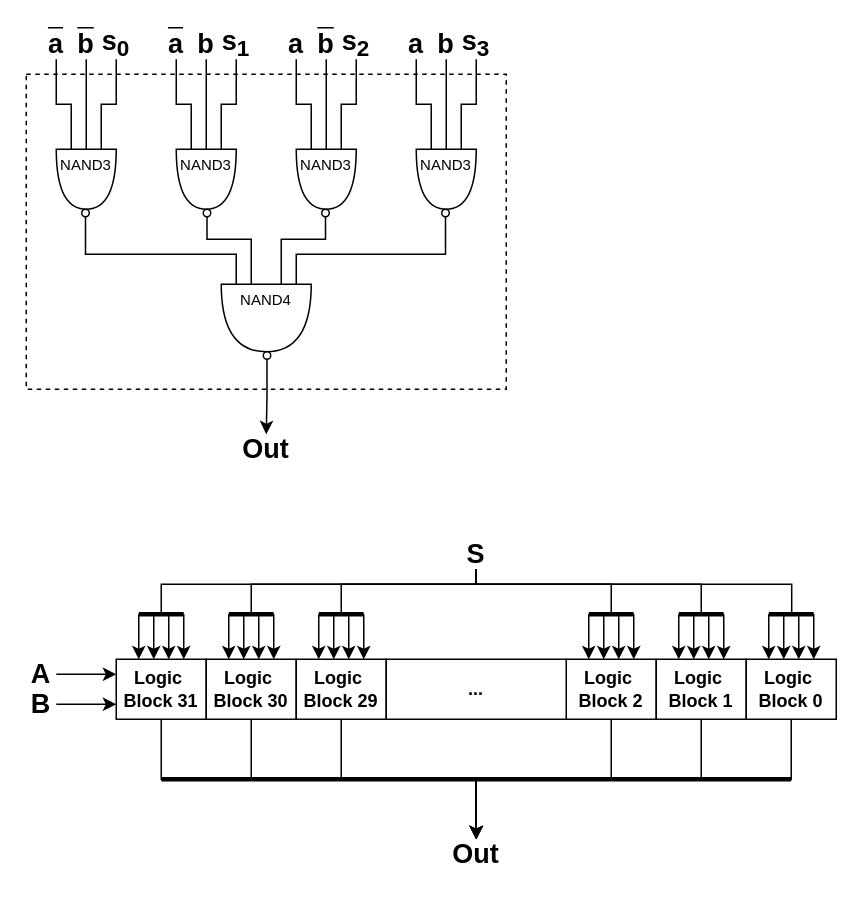
This is page "T2 Logic" (13 of 16) of docs/dlx_architecture.drawio from lorenzobadas/DLX, a draw.io file, before an edit. Source tidied: cells renumbered, new cells numbered last; positions are measured from the earlier drawing's top-left corner, leaving out a move shared by most shapes. Both pictures are drawn from the tidied source at 150%, with x=0, y=0 at pixel (26, 28).
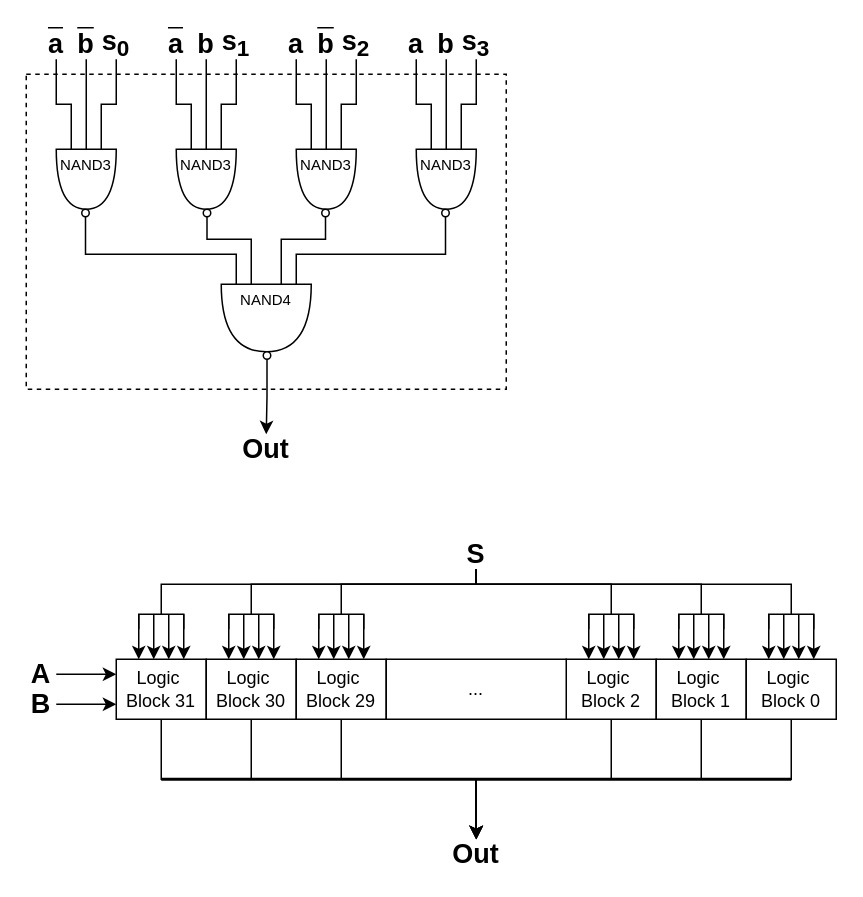
The same diagram, later.

Unchanged cells that the change refers to:
```xml
<mxCell id="103" value="&lt;span style=&quot;font-size: 18px;&quot;&gt;S&lt;/span&gt;" style="text;html=1;align=center;verticalAlign=middle;whiteSpace=wrap;rounded=0;strokeColor=none;fontStyle=1;" parent="1" vertex="1">
  <mxGeometry x="290" y="340" width="20" height="20" as="geometry" />
</mxCell>
```

Diff of the diagram source:
```diff
@@
-    <mxCell id="49" value="Logic&amp;nbsp;&lt;div&gt;&lt;span style=&quot;background-color: transparent; color: light-dark(rgb(0, 0, 0), rgb(255, 255, 255));&quot;&gt;Block 31&lt;/span&gt;&lt;/div&gt;" style="rounded=0;whiteSpace=wrap;html=1;fontStyle=1;" parent="1" vertex="1">
+    <mxCell id="49" value="Logic&amp;nbsp;&lt;div&gt;&lt;span style=&quot;background-color: transparent; color: light-dark(rgb(0, 0, 0), rgb(255, 255, 255));&quot;&gt;Block 31&lt;/span&gt;&lt;/div&gt;" style="rounded=0;whiteSpace=wrap;html=1;fontStyle=0;" parent="1" vertex="1">
       <mxGeometry x="60" y="420" width="60" height="40" as="geometry" />
     </mxCell>
@@
-    <mxCell id="51" value="Logic&amp;nbsp;&lt;div&gt;&lt;span style=&quot;background-color: transparent; color: light-dark(rgb(0, 0, 0), rgb(255, 255, 255));&quot;&gt;Block 30&lt;/span&gt;&lt;/div&gt;" style="rounded=0;whiteSpace=wrap;html=1;fontStyle=1;" parent="1" vertex="1">
+    <mxCell id="51" value="Logic&amp;nbsp;&lt;div&gt;&lt;span style=&quot;background-color: transparent; color: light-dark(rgb(0, 0, 0), rgb(255, 255, 255));&quot;&gt;Block 30&lt;/span&gt;&lt;/div&gt;" style="rounded=0;whiteSpace=wrap;html=1;fontStyle=0;" parent="1" vertex="1">
       <mxGeometry x="120" y="420" width="60" height="40" as="geometry" />
     </mxCell>
@@
-    <mxCell id="53" value="Logic&amp;nbsp;&lt;div&gt;&lt;span style=&quot;background-color: transparent; color: light-dark(rgb(0, 0, 0), rgb(255, 255, 255));&quot;&gt;Block 29&lt;/span&gt;&lt;/div&gt;" style="rounded=0;whiteSpace=wrap;html=1;fontStyle=1;" parent="1" vertex="1">
+    <mxCell id="53" value="Logic&amp;nbsp;&lt;div&gt;&lt;span style=&quot;background-color: transparent; color: light-dark(rgb(0, 0, 0), rgb(255, 255, 255));&quot;&gt;Block 29&lt;/span&gt;&lt;/div&gt;" style="rounded=0;whiteSpace=wrap;html=1;fontStyle=0;" parent="1" vertex="1">
       <mxGeometry x="180" y="420" width="60" height="40" as="geometry" />
     </mxCell>
@@
-    <mxCell id="55" value="Logic&amp;nbsp;&lt;div&gt;&lt;span style=&quot;background-color: transparent; color: light-dark(rgb(0, 0, 0), rgb(255, 255, 255));&quot;&gt;Block 2&lt;/span&gt;&lt;/div&gt;" style="rounded=0;whiteSpace=wrap;html=1;fontStyle=1;" parent="1" vertex="1">
+    <mxCell id="55" value="Logic&amp;nbsp;&lt;div&gt;&lt;span style=&quot;background-color: transparent; color: light-dark(rgb(0, 0, 0), rgb(255, 255, 255));&quot;&gt;Block 2&lt;/span&gt;&lt;/div&gt;" style="rounded=0;whiteSpace=wrap;html=1;fontStyle=0;" parent="1" vertex="1">
       <mxGeometry x="360" y="420" width="60" height="40" as="geometry" />
     </mxCell>
@@
-    <mxCell id="57" value="Logic&amp;nbsp;&lt;div&gt;&lt;span style=&quot;background-color: transparent; color: light-dark(rgb(0, 0, 0), rgb(255, 255, 255));&quot;&gt;Block 1&lt;/span&gt;&lt;/div&gt;" style="rounded=0;whiteSpace=wrap;html=1;fontStyle=1;" parent="1" vertex="1">
+    <mxCell id="57" value="Logic&amp;nbsp;&lt;div&gt;&lt;span style=&quot;background-color: transparent; color: light-dark(rgb(0, 0, 0), rgb(255, 255, 255));&quot;&gt;Block 1&lt;/span&gt;&lt;/div&gt;" style="rounded=0;whiteSpace=wrap;html=1;fontStyle=0;" parent="1" vertex="1">
       <mxGeometry x="420" y="420" width="60" height="40" as="geometry" />
     </mxCell>
@@
-    <mxCell id="59" value="Logic&amp;nbsp;&lt;div&gt;&lt;span style=&quot;background-color: transparent; color: light-dark(rgb(0, 0, 0), rgb(255, 255, 255));&quot;&gt;Block&amp;nbsp;&lt;/span&gt;&lt;span style=&quot;background-color: transparent; color: light-dark(rgb(0, 0, 0), rgb(255, 255, 255));&quot;&gt;0&lt;/span&gt;&lt;/div&gt;" style="rounded=0;whiteSpace=wrap;html=1;fontStyle=1;" parent="1" vertex="1">
+    <mxCell id="59" value="Logic&amp;nbsp;&lt;div&gt;&lt;span style=&quot;background-color: transparent; color: light-dark(rgb(0, 0, 0), rgb(255, 255, 255));&quot;&gt;Block&amp;nbsp;&lt;/span&gt;&lt;span style=&quot;background-color: transparent; color: light-dark(rgb(0, 0, 0), rgb(255, 255, 255));&quot;&gt;0&lt;/span&gt;&lt;/div&gt;" style="rounded=0;whiteSpace=wrap;html=1;fontStyle=0;" parent="1" vertex="1">
       <mxGeometry x="480" y="420" width="60" height="40" as="geometry" />
     </mxCell>
-    <mxCell id="60" value="..." style="rounded=0;whiteSpace=wrap;html=1;fontStyle=1;" parent="1" vertex="1">
+    <mxCell id="60" value="..." style="rounded=0;whiteSpace=wrap;html=1;fontStyle=0;" parent="1" vertex="1">
       <mxGeometry x="240" y="420" width="120" height="40" as="geometry" />
     </mxCell>
@@
-    <mxCell id="62" style="endArrow=none;html=1;rounded=0;strokeWidth=3;" parent="1" edge="1">
+    <mxCell id="62" style="endArrow=none;html=1;rounded=0;strokeWidth=2;" parent="1" edge="1">
       <mxGeometry relative="1" as="geometry">
         <mxPoint x="90" y="500" as="sourcePoint" />
         <mxPoint x="510" y="500" as="targetPoint" />
+        <Array as="points">
+          <mxPoint x="90" y="500" />
+          <mxPoint x="510" y="500" />
+        </Array>
       </mxGeometry>
     </mxCell>
@@
-    <mxCell id="91" style="endArrow=none;html=1;rounded=0;strokeWidth=3;" parent="1" edge="1">
-      <mxGeometry relative="1" as="geometry">
-        <mxPoint x="75" y="390" as="sourcePoint" />
-        <mxPoint x="105" y="390" as="targetPoint" />
-      </mxGeometry>
-    </mxCell>
-    <mxCell id="92" style="endArrow=none;html=1;rounded=0;strokeWidth=3;" parent="1" edge="1">
-      <mxGeometry relative="1" as="geometry">
-        <mxPoint x="135" y="390" as="sourcePoint" />
-        <mxPoint x="165" y="390" as="targetPoint" />
-      </mxGeometry>
-    </mxCell>
-    <mxCell id="93" style="endArrow=none;html=1;rounded=0;strokeWidth=3;" parent="1" edge="1">
-      <mxGeometry relative="1" as="geometry">
-        <mxPoint x="195" y="390" as="sourcePoint" />
-        <mxPoint x="225" y="390" as="targetPoint" />
-      </mxGeometry>
-    </mxCell>
-    <mxCell id="94" style="endArrow=none;html=1;rounded=0;strokeWidth=3;" parent="1" edge="1">
-      <mxGeometry relative="1" as="geometry">
-        <mxPoint x="375" y="390" as="sourcePoint" />
-        <mxPoint x="405" y="390" as="targetPoint" />
-      </mxGeometry>
-    </mxCell>
-    <mxCell id="95" style="endArrow=none;html=1;rounded=0;strokeWidth=3;" parent="1" edge="1">
-      <mxGeometry relative="1" as="geometry">
-        <mxPoint x="435" y="390" as="sourcePoint" />
-        <mxPoint x="465" y="390" as="targetPoint" />
-      </mxGeometry>
-    </mxCell>
-    <mxCell id="96" style="endArrow=none;html=1;rounded=0;strokeWidth=3;" parent="1" edge="1">
-      <mxGeometry relative="1" as="geometry">
-        <mxPoint x="495" y="390" as="sourcePoint" />
-        <mxPoint x="525" y="390" as="targetPoint" />
-      </mxGeometry>
-    </mxCell>
-    <mxCell id="97" style="edgeStyle=orthogonalEdgeStyle;rounded=0;jettySize=auto;html=1;exitX=0.5;exitY=1;exitDx=0;exitDy=0;endArrow=none;endFill=0;" parent="1" edge="1" source="103">
-      <mxGeometry relative="1" as="geometry">
-        <mxPoint x="90" y="390" as="targetPoint" />
-        <Array as="points">
-          <mxPoint x="90" y="370" />
-        </Array>
-      </mxGeometry>
-    </mxCell>
-    <mxCell id="98" style="edgeStyle=orthogonalEdgeStyle;rounded=0;jettySize=auto;html=1;exitX=0.5;exitY=1;exitDx=0;exitDy=0;endArrow=none;endFill=0;" parent="1" edge="1" source="103">
-      <mxGeometry relative="1" as="geometry">
-        <mxPoint x="150" y="390" as="targetPoint" />
-        <Array as="points">
-          <mxPoint x="150" y="370" />
-        </Array>
-      </mxGeometry>
-    </mxCell>
-    <mxCell id="99" style="edgeStyle=orthogonalEdgeStyle;rounded=0;jettySize=auto;html=1;exitX=0.5;exitY=1;exitDx=0;exitDy=0;endArrow=none;endFill=0;" parent="1" edge="1" source="103">
-      <mxGeometry relative="1" as="geometry">
-        <mxPoint x="210" y="390" as="targetPoint" />
-        <Array as="points">
-          <mxPoint x="210" y="370" />
-        </Array>
-      </mxGeometry>
-    </mxCell>
-    <mxCell id="100" style="edgeStyle=orthogonalEdgeStyle;rounded=0;jettySize=auto;html=1;exitX=0.5;exitY=1;exitDx=0;exitDy=0;endArrow=none;endFill=0;" parent="1" edge="1" source="103">
-      <mxGeometry relative="1" as="geometry">
-        <mxPoint x="390" y="390" as="targetPoint" />
-        <Array as="points">
-          <mxPoint x="390" y="370" />
-        </Array>
-      </mxGeometry>
-    </mxCell>
-    <mxCell id="101" style="edgeStyle=orthogonalEdgeStyle;rounded=0;jettySize=auto;html=1;exitX=0.5;exitY=1;exitDx=0;exitDy=0;endArrow=none;endFill=0;" parent="1" edge="1" source="103">
-      <mxGeometry relative="1" as="geometry">
-        <mxPoint x="450" y="390" as="targetPoint" />
-        <Array as="points">
-          <mxPoint x="450" y="370" />
-        </Array>
-      </mxGeometry>
-    </mxCell>
-    <mxCell id="102" style="edgeStyle=orthogonalEdgeStyle;rounded=0;jettySize=auto;html=1;exitX=0.5;exitY=1;exitDx=0;exitDy=0;endArrow=none;endFill=0;" parent="1" edge="1" source="103">
-      <mxGeometry relative="1" as="geometry">
-        <mxPoint x="510.3" y="390" as="targetPoint" />
-        <Array as="points">
-          <mxPoint x="510" y="370" />
-        </Array>
-      </mxGeometry>
-    </mxCell>
+    <mxCell id="104" style="edgeStyle=orthogonalEdgeStyle;rounded=0;jettySize=auto;html=1;exitX=0.5;exitY=1;exitDx=0;exitDy=0;endArrow=none;endFill=0;" parent="1" edge="1" source="103">
+      <mxGeometry relative="1" as="geometry">
+        <mxPoint x="90" y="390" as="targetPoint" />
+        <Array as="points">
+          <mxPoint x="300" y="370" />
+          <mxPoint x="90" y="370" />
+        </Array>
+      </mxGeometry>
+    </mxCell>
+    <mxCell id="105" style="edgeStyle=orthogonalEdgeStyle;rounded=0;jettySize=auto;html=1;exitX=0.5;exitY=1;exitDx=0;exitDy=0;endArrow=none;endFill=0;" parent="1" edge="1" source="103">
+      <mxGeometry relative="1" as="geometry">
+        <mxPoint x="150" y="390" as="targetPoint" />
+        <Array as="points">
+          <mxPoint x="300" y="370" />
+          <mxPoint x="150" y="370" />
+        </Array>
+      </mxGeometry>
+    </mxCell>
+    <mxCell id="106" style="edgeStyle=orthogonalEdgeStyle;rounded=0;jettySize=auto;html=1;exitX=0.5;exitY=1;exitDx=0;exitDy=0;endArrow=none;endFill=0;" parent="1" edge="1" source="103">
+      <mxGeometry relative="1" as="geometry">
+        <mxPoint x="210" y="390" as="targetPoint" />
+        <Array as="points">
+          <mxPoint x="300" y="370" />
+          <mxPoint x="210" y="370" />
+        </Array>
+      </mxGeometry>
+    </mxCell>
+    <mxCell id="107" style="edgeStyle=orthogonalEdgeStyle;rounded=0;jettySize=auto;html=1;exitX=0.5;exitY=1;exitDx=0;exitDy=0;endArrow=none;endFill=0;" parent="1" edge="1" source="103">
+      <mxGeometry relative="1" as="geometry">
+        <mxPoint x="390" y="390" as="targetPoint" />
+        <Array as="points">
+          <mxPoint x="300" y="370" />
+          <mxPoint x="390" y="370" />
+        </Array>
+      </mxGeometry>
+    </mxCell>
+    <mxCell id="108" style="edgeStyle=orthogonalEdgeStyle;rounded=0;jettySize=auto;html=1;exitX=0.5;exitY=1;exitDx=0;exitDy=0;endArrow=none;endFill=0;" parent="1" edge="1" source="103">
+      <mxGeometry relative="1" as="geometry">
+        <mxPoint x="450" y="390" as="targetPoint" />
+        <Array as="points">
+          <mxPoint x="300" y="370" />
+          <mxPoint x="450" y="370" />
+        </Array>
+      </mxGeometry>
+    </mxCell>
+    <mxCell id="109" style="edgeStyle=orthogonalEdgeStyle;rounded=0;jettySize=auto;html=1;exitX=0.5;exitY=1;exitDx=0;exitDy=0;endArrow=none;endFill=0;" parent="1" edge="1" source="103">
+      <mxGeometry relative="1" as="geometry">
+        <mxPoint x="510" y="390" as="targetPoint" />
+        <Array as="points">
+          <mxPoint x="300" y="370" />
+          <mxPoint x="510" y="370" />
+        </Array>
+      </mxGeometry>
+    </mxCell>
@@
+    <mxCell id="110" style="endArrow=none;html=1;rounded=0;" parent="1" edge="1">
+      <mxGeometry relative="1" as="geometry">
+        <mxPoint x="75" y="400" as="sourcePoint" />
+        <mxPoint x="105" y="400" as="targetPoint" />
+        <Array as="points">
+          <mxPoint x="75" y="390" />
+          <mxPoint x="105" y="390" />
+        </Array>
+      </mxGeometry>
+    </mxCell>
+    <mxCell id="111" style="endArrow=none;html=1;rounded=0;" parent="1" edge="1">
+      <mxGeometry relative="1" as="geometry">
+        <mxPoint x="135" y="400" as="sourcePoint" />
+        <mxPoint x="165" y="400" as="targetPoint" />
+        <Array as="points">
+          <mxPoint x="135" y="390" />
+          <mxPoint x="165" y="390" />
+        </Array>
+      </mxGeometry>
+    </mxCell>
+    <mxCell id="112" style="endArrow=none;html=1;rounded=0;" parent="1" edge="1">
+      <mxGeometry relative="1" as="geometry">
+        <mxPoint x="195" y="400" as="sourcePoint" />
+        <mxPoint x="225" y="400" as="targetPoint" />
+        <Array as="points">
+          <mxPoint x="195" y="390" />
+          <mxPoint x="225" y="390" />
+        </Array>
+      </mxGeometry>
+    </mxCell>
+    <mxCell id="113" style="endArrow=none;html=1;rounded=0;" parent="1" edge="1">
+      <mxGeometry relative="1" as="geometry">
+        <mxPoint x="375" y="400" as="sourcePoint" />
+        <mxPoint x="405" y="400" as="targetPoint" />
+        <Array as="points">
+          <mxPoint x="375" y="390" />
+          <mxPoint x="405" y="390" />
+        </Array>
+      </mxGeometry>
+    </mxCell>
+    <mxCell id="114" style="endArrow=none;html=1;rounded=0;" parent="1" edge="1">
+      <mxGeometry relative="1" as="geometry">
+        <mxPoint x="435" y="400" as="sourcePoint" />
+        <mxPoint x="465" y="400" as="targetPoint" />
+        <Array as="points">
+          <mxPoint x="435" y="390" />
+          <mxPoint x="465" y="390" />
+        </Array>
+      </mxGeometry>
+    </mxCell>
+    <mxCell id="115" style="endArrow=none;html=1;rounded=0;" parent="1" edge="1">
+      <mxGeometry relative="1" as="geometry">
+        <mxPoint x="495" y="400" as="sourcePoint" />
+        <mxPoint x="525" y="400" as="targetPoint" />
+        <Array as="points">
+          <mxPoint x="495" y="390" />
+          <mxPoint x="525" y="390" />
+        </Array>
+      </mxGeometry>
+    </mxCell>
```
